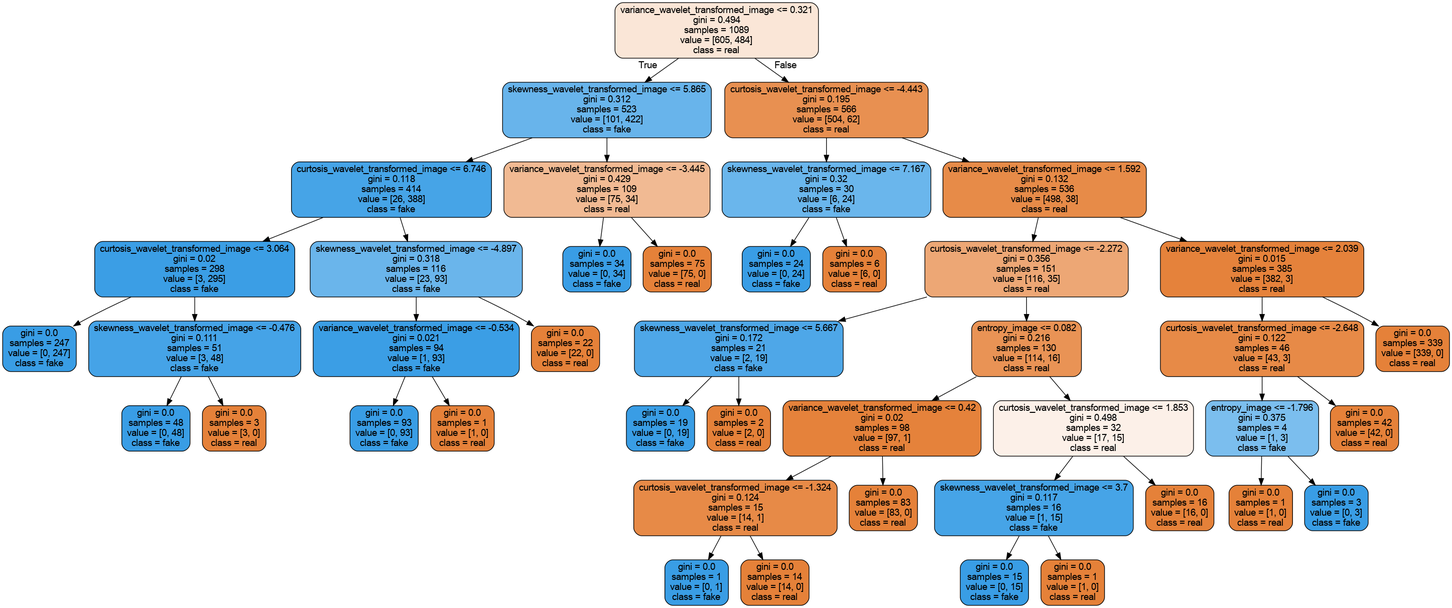
Before: baummethoden/reports/figures/tree_bills.png, a diagram exported from Graphviz (Farzaneh-prog/baummethoden). Its source is kept beside it as baummethoden/reports/figures/tree_bills.dot.
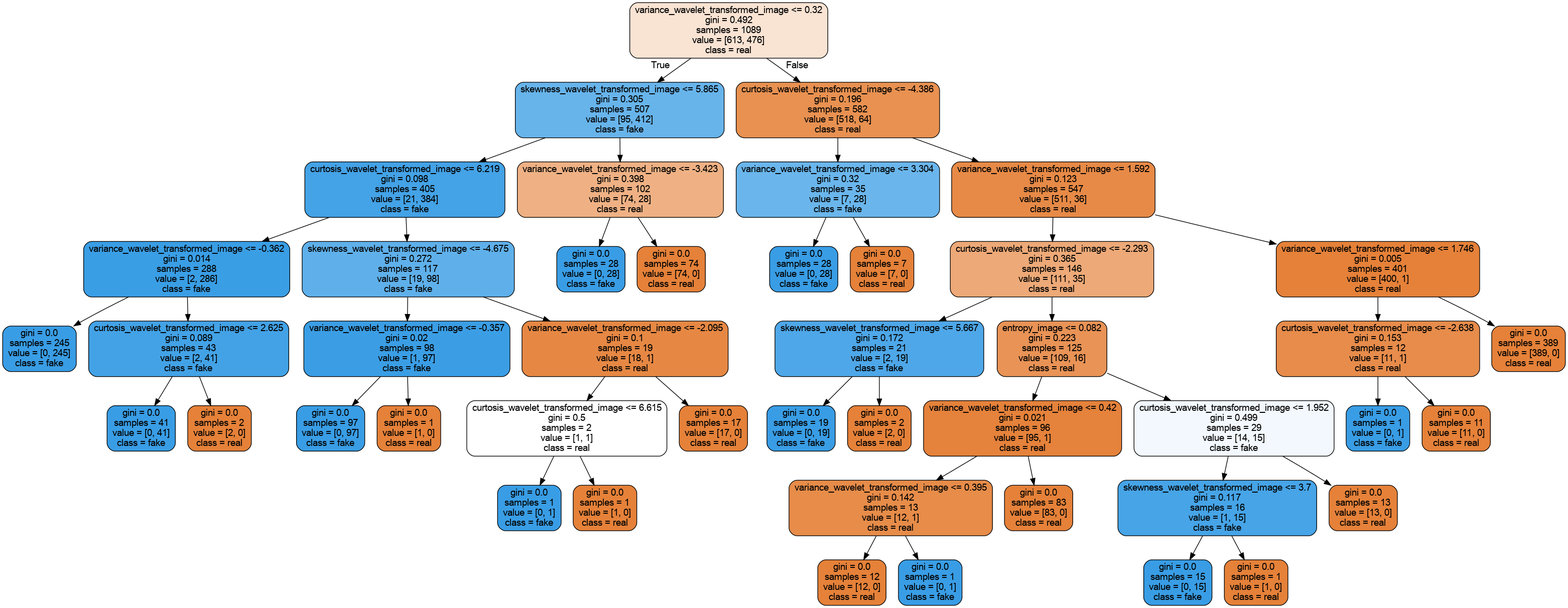
The same file after the commit.

What changed in the source:
```diff
@@ -1,89 +1,93 @@
 digraph Tree {
 node [shape=box, style="filled, rounded", color="black", fontname=helvetica] ;
 edge [fontname=helvetica] ;
-0 [label="variance_wavelet_transformed_image <= 0.321\ngini = 0.494\nsamples = 1089\nvalue = [605, 484]\nclass = real", fillcolor="#fae6d7"] ;
-1 [label="skewness_wavelet_transformed_image <= 5.865\ngini = 0.312\nsamples = 523\nvalue = [101, 422]\nclass = fake", fillcolor="#68b4eb"] ;
+0 [label="variance_wavelet_transformed_image <= 0.32\ngini = 0.492\nsamples = 1089\nvalue = [613, 476]\nclass = real", fillcolor="#f9e3d3"] ;
+1 [label="skewness_wavelet_transformed_image <= 5.865\ngini = 0.305\nsamples = 507\nvalue = [95, 412]\nclass = fake", fillcolor="#67b4eb"] ;
 0 -> 1 [labeldistance=2.5, labelangle=45, headlabel="True"] ;
-2 [label="curtosis_wavelet_transformed_image <= 6.746\ngini = 0.118\nsamples = 414\nvalue = [26, 388]\nclass = fake", fillcolor="#46a4e7"] ;
+2 [label="curtosis_wavelet_transformed_image <= 6.219\ngini = 0.098\nsamples = 405\nvalue = [21, 384]\nclass = fake", fillcolor="#44a2e6"] ;
 1 -> 2 ;
-3 [label="curtosis_wavelet_transformed_image <= 3.064\ngini = 0.02\nsamples = 298\nvalue = [3, 295]\nclass = fake", fillcolor="#3b9ee5"] ;
+3 [label="variance_wavelet_transformed_image <= -0.362\ngini = 0.014\nsamples = 288\nvalue = [2, 286]\nclass = fake", fillcolor="#3a9ee5"] ;
 2 -> 3 ;
-4 [label="gini = 0.0\nsamples = 247\nvalue = [0, 247]\nclass = fake", fillcolor="#399de5"] ;
+4 [label="gini = 0.0\nsamples = 245\nvalue = [0, 245]\nclass = fake", fillcolor="#399de5"] ;
 3 -> 4 ;
-5 [label="skewness_wavelet_transformed_image <= -0.476\ngini = 0.111\nsamples = 51\nvalue = [3, 48]\nclass = fake", fillcolor="#45a3e7"] ;
+5 [label="curtosis_wavelet_transformed_image <= 2.625\ngini = 0.089\nsamples = 43\nvalue = [2, 41]\nclass = fake", fillcolor="#43a2e6"] ;
 3 -> 5 ;
-6 [label="gini = 0.0\nsamples = 48\nvalue = [0, 48]\nclass = fake", fillcolor="#399de5"] ;
+6 [label="gini = 0.0\nsamples = 41\nvalue = [0, 41]\nclass = fake", fillcolor="#399de5"] ;
 5 -> 6 ;
-7 [label="gini = 0.0\nsamples = 3\nvalue = [3, 0]\nclass = real", fillcolor="#e58139"] ;
+7 [label="gini = 0.0\nsamples = 2\nvalue = [2, 0]\nclass = real", fillcolor="#e58139"] ;
 5 -> 7 ;
-8 [label="skewness_wavelet_transformed_image <= -4.897\ngini = 0.318\nsamples = 116\nvalue = [23, 93]\nclass = fake", fillcolor="#6ab5eb"] ;
+8 [label="skewness_wavelet_transformed_image <= -4.675\ngini = 0.272\nsamples = 117\nvalue = [19, 98]\nclass = fake", fillcolor="#5fb0ea"] ;
 2 -> 8 ;
-9 [label="variance_wavelet_transformed_image <= -0.534\ngini = 0.021\nsamples = 94\nvalue = [1, 93]\nclass = fake", fillcolor="#3b9ee5"] ;
+9 [label="variance_wavelet_transformed_image <= -0.357\ngini = 0.02\nsamples = 98\nvalue = [1, 97]\nclass = fake", fillcolor="#3b9ee5"] ;
 8 -> 9 ;
-10 [label="gini = 0.0\nsamples = 93\nvalue = [0, 93]\nclass = fake", fillcolor="#399de5"] ;
+10 [label="gini = 0.0\nsamples = 97\nvalue = [0, 97]\nclass = fake", fillcolor="#399de5"] ;
 9 -> 10 ;
 11 [label="gini = 0.0\nsamples = 1\nvalue = [1, 0]\nclass = real", fillcolor="#e58139"] ;
 9 -> 11 ;
-12 [label="gini = 0.0\nsamples = 22\nvalue = [22, 0]\nclass = real", fillcolor="#e58139"] ;
+12 [label="variance_wavelet_transformed_image <= -2.095\ngini = 0.1\nsamples = 19\nvalue = [18, 1]\nclass = real", fillcolor="#e68844"] ;
 8 -> 12 ;
-13 [label="variance_wavelet_transformed_image <= -3.445\ngini = 0.429\nsamples = 109\nvalue = [75, 34]\nclass = real", fillcolor="#f1ba93"] ;
-1 -> 13 ;
-14 [label="gini = 0.0\nsamples = 34\nvalue = [0, 34]\nclass = fake", fillcolor="#399de5"] ;
+13 [label="curtosis_wavelet_transformed_image <= 6.615\ngini = 0.5\nsamples = 2\nvalue = [1, 1]\nclass = real", fillcolor="#ffffff"] ;
+12 -> 13 ;
+14 [label="gini = 0.0\nsamples = 1\nvalue = [0, 1]\nclass = fake", fillcolor="#399de5"] ;
 13 -> 14 ;
-15 [label="gini = 0.0\nsamples = 75\nvalue = [75, 0]\nclass = real", fillcolor="#e58139"] ;
+15 [label="gini = 0.0\nsamples = 1\nvalue = [1, 0]\nclass = real", fillcolor="#e58139"] ;
 13 -> 15 ;
-16 [label="curtosis_wavelet_transformed_image <= -4.443\ngini = 0.195\nsamples = 566\nvalue = [504, 62]\nclass = real", fillcolor="#e89051"] ;
-0 -> 16 [labeldistance=2.5, labelangle=-45, headlabel="False"] ;
-17 [label="skewness_wavelet_transformed_image <= 7.167\ngini = 0.32\nsamples = 30\nvalue = [6, 24]\nclass = fake", fillcolor="#6ab6ec"] ;
-16 -> 17 ;
-18 [label="gini = 0.0\nsamples = 24\nvalue = [0, 24]\nclass = fake", fillcolor="#399de5"] ;
+16 [label="gini = 0.0\nsamples = 17\nvalue = [17, 0]\nclass = real", fillcolor="#e58139"] ;
+12 -> 16 ;
+17 [label="variance_wavelet_transformed_image <= -3.423\ngini = 0.398\nsamples = 102\nvalue = [74, 28]\nclass = real", fillcolor="#efb184"] ;
+1 -> 17 ;
+18 [label="gini = 0.0\nsamples = 28\nvalue = [0, 28]\nclass = fake", fillcolor="#399de5"] ;
 17 -> 18 ;
-19 [label="gini = 0.0\nsamples = 6\nvalue = [6, 0]\nclass = real", fillcolor="#e58139"] ;
+19 [label="gini = 0.0\nsamples = 74\nvalue = [74, 0]\nclass = real", fillcolor="#e58139"] ;
 17 -> 19 ;
-20 [label="variance_wavelet_transformed_image <= 1.592\ngini = 0.132\nsamples = 536\nvalue = [498, 38]\nclass = real", fillcolor="#e78b48"] ;
-16 -> 20 ;
-21 [label="curtosis_wavelet_transformed_image <= -2.272\ngini = 0.356\nsamples = 151\nvalue = [116, 35]\nclass = real", fillcolor="#eda775"] ;
+20 [label="curtosis_wavelet_transformed_image <= -4.386\ngini = 0.196\nsamples = 582\nvalue = [518, 64]\nclass = real", fillcolor="#e89151"] ;
+0 -> 20 [labeldistance=2.5, labelangle=-45, headlabel="False"] ;
+21 [label="variance_wavelet_transformed_image <= 3.304\ngini = 0.32\nsamples = 35\nvalue = [7, 28]\nclass = fake", fillcolor="#6ab6ec"] ;
 20 -> 21 ;
-22 [label="skewness_wavelet_transformed_image <= 5.667\ngini = 0.172\nsamples = 21\nvalue = [2, 19]\nclass = fake", fillcolor="#4ea7e8"] ;
+22 [label="gini = 0.0\nsamples = 28\nvalue = [0, 28]\nclass = fake", fillcolor="#399de5"] ;
 21 -> 22 ;
-23 [label="gini = 0.0\nsamples = 19\nvalue = [0, 19]\nclass = fake", fillcolor="#399de5"] ;
-22 -> 23 ;
-24 [label="gini = 0.0\nsamples = 2\nvalue = [2, 0]\nclass = real", fillcolor="#e58139"] ;
-22 -> 24 ;
-25 [label="entropy_image <= 0.082\ngini = 0.216\nsamples = 130\nvalue = [114, 16]\nclass = real", fillcolor="#e99355"] ;
-21 -> 25 ;
-26 [label="variance_wavelet_transformed_image <= 0.42\ngini = 0.02\nsamples = 98\nvalue = [97, 1]\nclass = real", fillcolor="#e5823b"] ;
+23 [label="gini = 0.0\nsamples = 7\nvalue = [7, 0]\nclass = real", fillcolor="#e58139"] ;
+21 -> 23 ;
+24 [label="variance_wavelet_transformed_image <= 1.592\ngini = 0.123\nsamples = 547\nvalue = [511, 36]\nclass = real", fillcolor="#e78a47"] ;
+20 -> 24 ;
+25 [label="curtosis_wavelet_transformed_image <= -2.293\ngini = 0.365\nsamples = 146\nvalue = [111, 35]\nclass = real", fillcolor="#eda977"] ;
+24 -> 25 ;
+26 [label="skewness_wavelet_transformed_image <= 5.667\ngini = 0.172\nsamples = 21\nvalue = [2, 19]\nclass = fake", fillcolor="#4ea7e8"] ;
 25 -> 26 ;
-27 [label="curtosis_wavelet_transformed_image <= -1.324\ngini = 0.124\nsamples = 15\nvalue = [14, 1]\nclass = real", fillcolor="#e78a47"] ;
+27 [label="gini = 0.0\nsamples = 19\nvalue = [0, 19]\nclass = fake", fillcolor="#399de5"] ;
 26 -> 27 ;
-28 [label="gini = 0.0\nsamples = 1\nvalue = [0, 1]\nclass = fake", fillcolor="#399de5"] ;
-27 -> 28 ;
-29 [label="gini = 0.0\nsamples = 14\nvalue = [14, 0]\nclass = real", fillcolor="#e58139"] ;
-27 -> 29 ;
-30 [label="gini = 0.0\nsamples = 83\nvalue = [83, 0]\nclass = real", fillcolor="#e58139"] ;
-26 -> 30 ;
-31 [label="curtosis_wavelet_transformed_image <= 1.853\ngini = 0.498\nsamples = 32\nvalue = [17, 15]\nclass = real", fillcolor="#fcf0e8"] ;
-25 -> 31 ;
-32 [label="skewness_wavelet_transformed_image <= 3.7\ngini = 0.117\nsamples = 16\nvalue = [1, 15]\nclass = fake", fillcolor="#46a4e7"] ;
+28 [label="gini = 0.0\nsamples = 2\nvalue = [2, 0]\nclass = real", fillcolor="#e58139"] ;
+26 -> 28 ;
+29 [label="entropy_image <= 0.082\ngini = 0.223\nsamples = 125\nvalue = [109, 16]\nclass = real", fillcolor="#e99356"] ;
+25 -> 29 ;
+30 [label="variance_wavelet_transformed_image <= 0.42\ngini = 0.021\nsamples = 96\nvalue = [95, 1]\nclass = real", fillcolor="#e5823b"] ;
+29 -> 30 ;
+31 [label="variance_wavelet_transformed_image <= 0.395\ngini = 0.142\nsamples = 13\nvalue = [12, 1]\nclass = real", fillcolor="#e78c49"] ;
+30 -> 31 ;
+32 [label="gini = 0.0\nsamples = 12\nvalue = [12, 0]\nclass = real", fillcolor="#e58139"] ;
 31 -> 32 ;
-33 [label="gini = 0.0\nsamples = 15\nvalue = [0, 15]\nclass = fake", fillcolor="#399de5"] ;
-32 -> 33 ;
-34 [label="gini = 0.0\nsamples = 1\nvalue = [1, 0]\nclass = real", fillcolor="#e58139"] ;
-32 -> 34 ;
-35 [label="gini = 0.0\nsamples = 16\nvalue = [16, 0]\nclass = real", fillcolor="#e58139"] ;
-31 -> 35 ;
-36 [label="variance_wavelet_transformed_image <= 2.039\ngini = 0.015\nsamples = 385\nvalue = [382, 3]\nclass = real", fillcolor="#e5823b"] ;
-20 -> 36 ;
-37 [label="curtosis_wavelet_transformed_image <= -2.648\ngini = 0.122\nsamples = 46\nvalue = [43, 3]\nclass = real", fillcolor="#e78a47"] ;
+33 [label="gini = 0.0\nsamples = 1\nvalue = [0, 1]\nclass = fake", fillcolor="#399de5"] ;
+31 -> 33 ;
+34 [label="gini = 0.0\nsamples = 83\nvalue = [83, 0]\nclass = real", fillcolor="#e58139"] ;
+30 -> 34 ;
+35 [label="curtosis_wavelet_transformed_image <= 1.952\ngini = 0.499\nsamples = 29\nvalue = [14, 15]\nclass = fake", fillcolor="#f2f8fd"] ;
+29 -> 35 ;
+36 [label="skewness_wavelet_transformed_image <= 3.7\ngini = 0.117\nsamples = 16\nvalue = [1, 15]\nclass = fake", fillcolor="#46a4e7"] ;
+35 -> 36 ;
+37 [label="gini = 0.0\nsamples = 15\nvalue = [0, 15]\nclass = fake", fillcolor="#399de5"] ;
 36 -> 37 ;
-38 [label="entropy_image <= -1.796\ngini = 0.375\nsamples = 4\nvalue = [1, 3]\nclass = fake", fillcolor="#7bbeee"] ;
-37 -> 38 ;
-39 [label="gini = 0.0\nsamples = 1\nvalue = [1, 0]\nclass = real", fillcolor="#e58139"] ;
-38 -> 39 ;
-40 [label="gini = 0.0\nsamples = 3\nvalue = [0, 3]\nclass = fake", fillcolor="#399de5"] ;
-38 -> 40 ;
-41 [label="gini = 0.0\nsamples = 42\nvalue = [42, 0]\nclass = real", fillcolor="#e58139"] ;
-37 -> 41 ;
-42 [label="gini = 0.0\nsamples = 339\nvalue = [339, 0]\nclass = real", fillcolor="#e58139"] ;
-36 -> 42 ;
+38 [label="gini = 0.0\nsamples = 1\nvalue = [1, 0]\nclass = real", fillcolor="#e58139"] ;
+36 -> 38 ;
+39 [label="gini = 0.0\nsamples = 13\nvalue = [13, 0]\nclass = real", fillcolor="#e58139"] ;
+35 -> 39 ;
+40 [label="variance_wavelet_transformed_image <= 1.746\ngini = 0.005\nsamples = 401\nvalue = [400, 1]\nclass = real", fillcolor="#e58139"] ;
+24 -> 40 ;
+41 [label="curtosis_wavelet_transformed_image <= -2.638\ngini = 0.153\nsamples = 12\nvalue = [11, 1]\nclass = real", fillcolor="#e78c4b"] ;
+40 -> 41 ;
+42 [label="gini = 0.0\nsamples = 1\nvalue = [0, 1]\nclass = fake", fillcolor="#399de5"] ;
+41 -> 42 ;
+43 [label="gini = 0.0\nsamples = 11\nvalue = [11, 0]\nclass = real", fillcolor="#e58139"] ;
+41 -> 43 ;
+44 [label="gini = 0.0\nsamples = 389\nvalue = [389, 0]\nclass = real", fillcolor="#e58139"] ;
+40 -> 44 ;
 }
```
